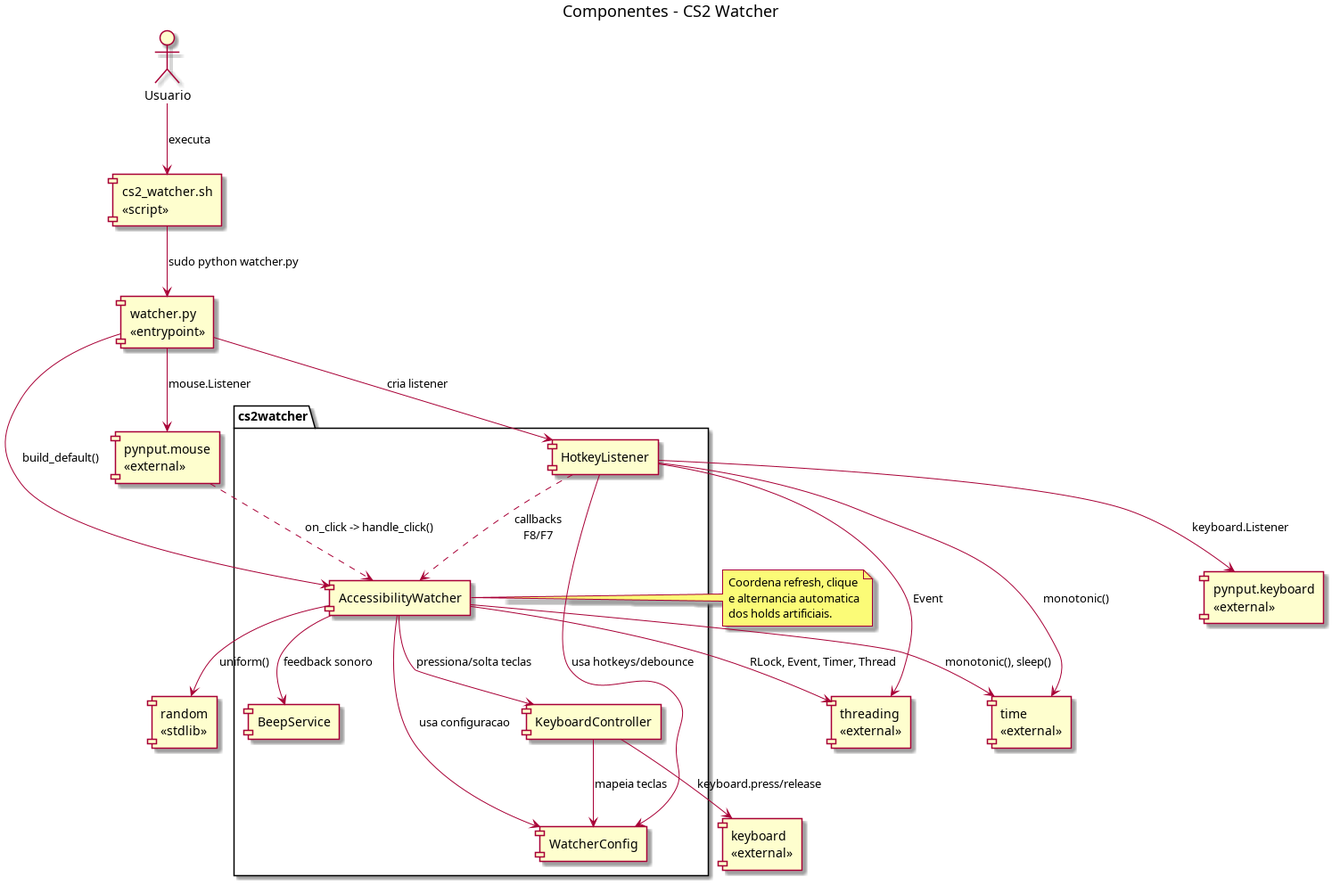
Earlier version of the PlantUML export docs/componentes.png (clesiorki2018/cs2-watcher). Its source is kept beside it as docs/componentes.puml.
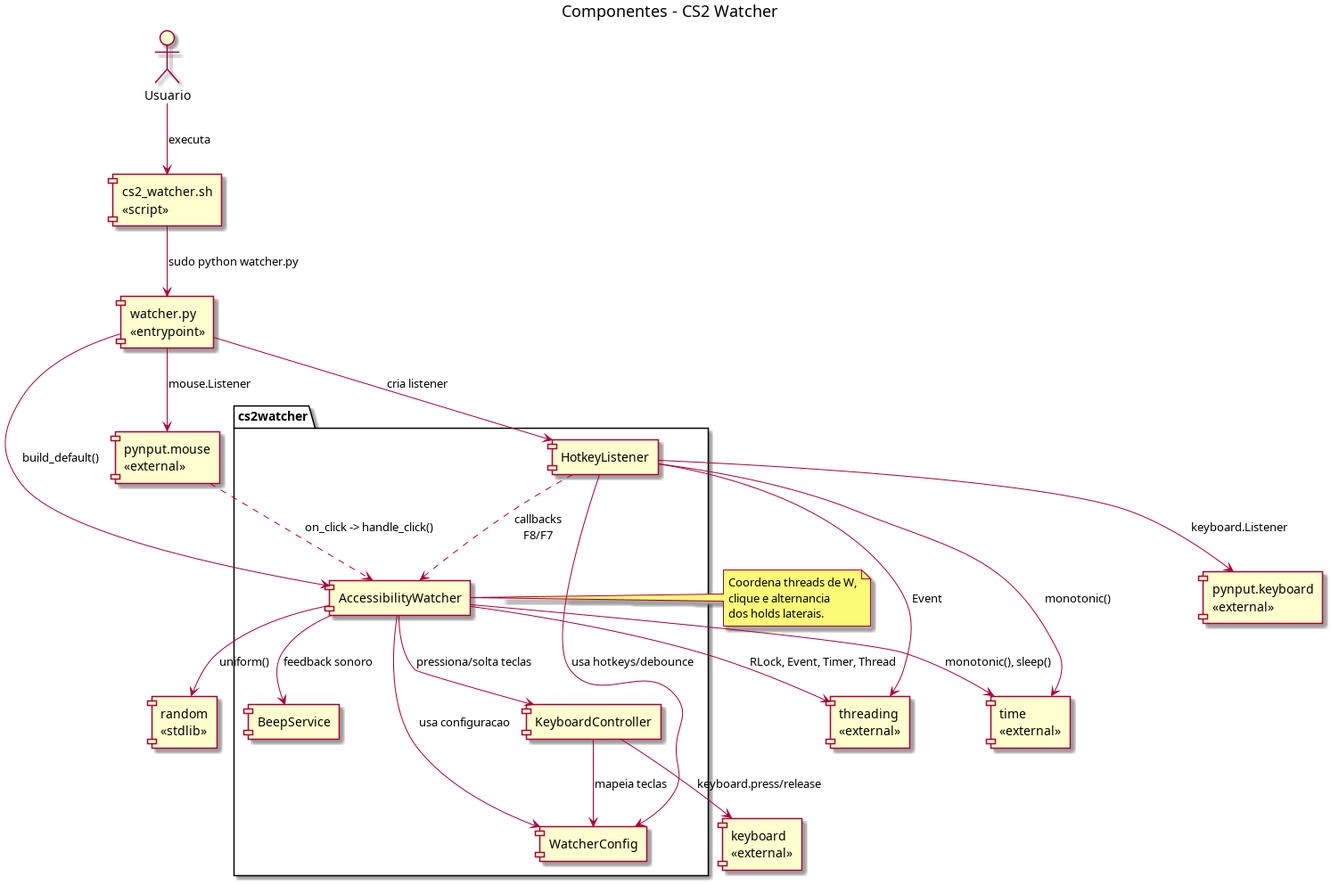
The same diagram one commit later.

Commit message:
fix: separa threads de movimento

Change to the diagram source:
```diff
@@ -49,9 +49,9 @@
 PynputMouse ..> AccessibilityWatcher : on_click -> handle_click()
 
 note right of AccessibilityWatcher
-Coordena refresh, clique
-e alternancia automatica
-dos holds artificiais.
+Coordena threads de W,
+clique e alternancia
+dos holds laterais.
 end note
 
 @enduml
```
